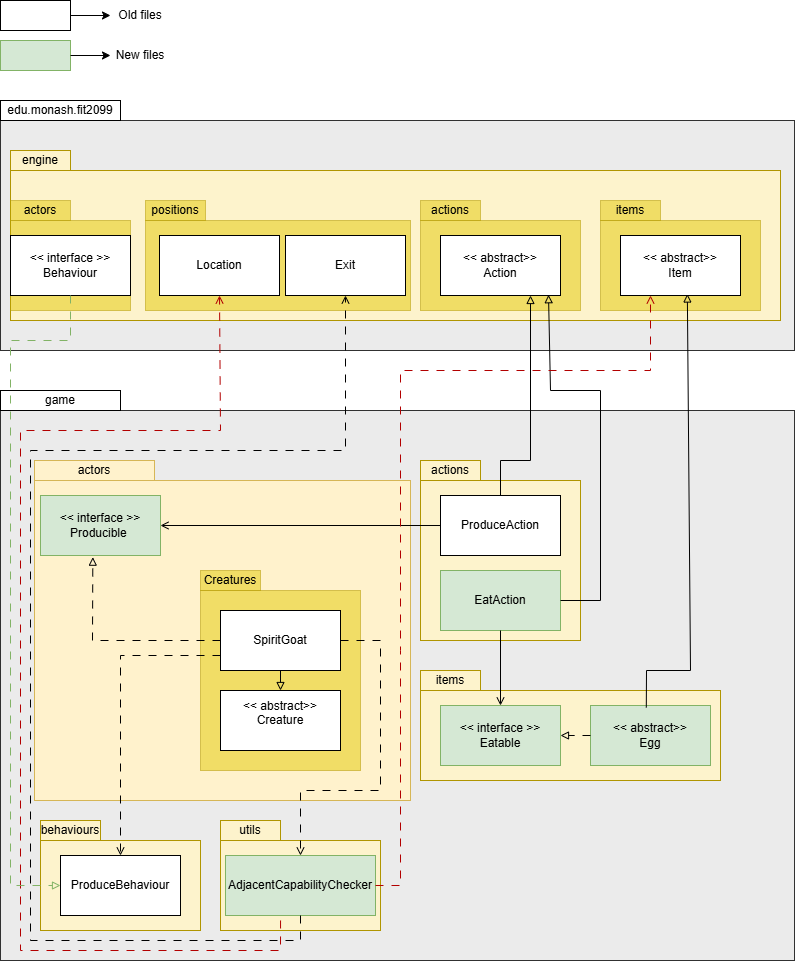
Above: docs/design/assignment2/Req1/A2 REQ1 A UML Youssef .drawio.png in karmay-ong/Elden_Ring_Game (draw.io), before the change. Source tidied: cells renumbered, new cells last; positions are measured from the earlier drawing's top-left corner, leaving out a move shared by most shapes. Its diagram source:
```xml
<mxGraphModel>
  <root>
    <mxCell id="0" />
    <mxCell id="1" parent="0" />
    <mxCell id="2" style="rounded=0;whiteSpace=wrap;html=1;strokeColor=default;fillColor=#E6E6E6;opacity=80;" parent="1" vertex="1">
      <mxGeometry y="120" width="794" height="230" as="geometry" />
    </mxCell>
    <mxCell id="3" style="rounded=0;whiteSpace=wrap;html=1;fillColor=#E6E6E6;opacity=80;" parent="1" vertex="1">
      <mxGeometry y="410" width="794" height="550" as="geometry" />
    </mxCell>
    <mxCell id="4" value="edu.monash.fit2099" style="rounded=0;whiteSpace=wrap;html=1;" parent="1" vertex="1">
      <mxGeometry y="100" width="120" height="20" as="geometry" />
    </mxCell>
    <mxCell id="5" value="game" style="rounded=0;whiteSpace=wrap;html=1;" parent="1" vertex="1">
      <mxGeometry y="390" width="120" height="20" as="geometry" />
    </mxCell>
    <mxCell id="6" style="rounded=0;whiteSpace=wrap;html=1;fillColor=#fff2cc;strokeColor=#d6b656;" parent="1" vertex="1">
      <mxGeometry x="34" y="480" width="376" height="320" as="geometry" />
    </mxCell>
    <mxCell id="7" value="actors" style="rounded=0;whiteSpace=wrap;html=1;fillColor=#fff2cc;strokeColor=#d6b656;" parent="1" vertex="1">
      <mxGeometry x="34" y="460" width="120" height="20" as="geometry" />
    </mxCell>
    <mxCell id="8" value="&lt;div&gt;&amp;lt;&amp;lt; interface &amp;gt;&amp;gt;&lt;/div&gt;Producible&amp;nbsp;" style="rounded=0;whiteSpace=wrap;html=1;fillColor=#d5e8d4;strokeColor=#82b366;" parent="1" vertex="1">
      <mxGeometry x="40" y="495" width="120" height="60" as="geometry" />
    </mxCell>
    <mxCell id="9" style="rounded=0;whiteSpace=wrap;html=1;fillColor=#e3c800;strokeColor=#B09500;fontColor=#000000;opacity=50;" parent="1" vertex="1">
      <mxGeometry x="200" y="590" width="160" height="180" as="geometry" />
    </mxCell>
    <mxCell id="10" value="Creatures" style="rounded=0;whiteSpace=wrap;html=1;fillColor=#e3c800;strokeColor=#B09500;fontColor=#000000;opacity=50;" parent="1" vertex="1">
      <mxGeometry x="200" y="570" width="60" height="20" as="geometry" />
    </mxCell>
    <mxCell id="11" value="&lt;div&gt;SpiritGoat&lt;/div&gt;" style="rounded=0;whiteSpace=wrap;html=1;" parent="1" vertex="1">
      <mxGeometry x="220" y="610" width="120" height="60" as="geometry" />
    </mxCell>
    <mxCell id="12" style="endArrow=block;html=1;rounded=0;dashed=1;dashPattern=8 8;endFill=0;entryX=0.436;entryY=1.028;entryDx=0;entryDy=0;entryPerimeter=0;exitX=0;exitY=0.5;exitDx=0;exitDy=0;" parent="1" edge="1" source="11" target="8">
      <mxGeometry relative="1" as="geometry">
        <Array as="points">
          <mxPoint x="92" y="640" />
        </Array>
      </mxGeometry>
    </mxCell>
    <mxCell id="13" style="rounded=0;whiteSpace=wrap;html=1;fillColor=light-dark(#fdf3cc, #675000);strokeColor=#B09500;fontColor=#000000;" parent="1" vertex="1">
      <mxGeometry x="40" y="840" width="160" height="90" as="geometry" />
    </mxCell>
    <mxCell id="14" value="behaviours" style="rounded=0;whiteSpace=wrap;html=1;fillColor=light-dark(#fdf3cc, #675000);strokeColor=#B09500;fontColor=#000000;" parent="1" vertex="1">
      <mxGeometry x="40" y="820" width="60" height="20" as="geometry" />
    </mxCell>
    <mxCell id="15" value="&lt;div&gt;ProduceBehaviour&lt;/div&gt;" style="rounded=0;whiteSpace=wrap;html=1;" parent="1" vertex="1">
      <mxGeometry x="60" y="855" width="120" height="60" as="geometry" />
    </mxCell>
    <mxCell id="16" value="&lt;div&gt;&lt;div&gt;&amp;lt;&amp;lt; abstract&amp;gt;&amp;gt;&lt;/div&gt;&lt;/div&gt;&lt;div&gt;Creature&lt;/div&gt;&lt;div&gt;&lt;br&gt;&lt;/div&gt;" style="rounded=0;whiteSpace=wrap;html=1;" parent="1" vertex="1">
      <mxGeometry x="220" y="690" width="120" height="60" as="geometry" />
    </mxCell>
    <mxCell id="17" style="endArrow=block;html=1;rounded=0;endFill=0;exitX=0.5;exitY=1;exitDx=0;exitDy=0;entryX=0.5;entryY=0;entryDx=0;entryDy=0;" parent="1" edge="1" source="11" target="16">
      <mxGeometry relative="1" as="geometry" />
    </mxCell>
    <mxCell id="18" style="rounded=0;whiteSpace=wrap;html=1;fillColor=light-dark(#fdf3cc, #675000);strokeColor=#B09500;fontColor=#000000;" parent="1" vertex="1">
      <mxGeometry x="220" y="840" width="160" height="90" as="geometry" />
    </mxCell>
    <mxCell id="19" value="&lt;div&gt;AdjacentCapabilityChecker&lt;/div&gt;" style="rounded=0;whiteSpace=wrap;html=1;fillColor=#d5e8d4;strokeColor=#82b366;" parent="1" vertex="1">
      <mxGeometry x="225" y="855" width="150" height="60" as="geometry" />
    </mxCell>
    <mxCell id="20" value="utils" style="rounded=0;whiteSpace=wrap;html=1;fillColor=light-dark(#fdf3cc, #675000);strokeColor=#B09500;fontColor=#000000;" parent="1" vertex="1">
      <mxGeometry x="220" y="820" width="60" height="20" as="geometry" />
    </mxCell>
    <mxCell id="21" style="endArrow=open;html=1;rounded=0;exitX=1;exitY=0.5;exitDx=0;exitDy=0;entryX=0.5;entryY=0;entryDx=0;entryDy=0;dashed=1;dashPattern=8 8;endFill=0;" parent="1" edge="1" source="11" target="19">
      <mxGeometry relative="1" as="geometry">
        <Array as="points">
          <mxPoint x="380" y="640" />
          <mxPoint x="380" y="710" />
          <mxPoint x="380" y="790" />
          <mxPoint x="300" y="790" />
        </Array>
      </mxGeometry>
    </mxCell>
    <mxCell id="22" style="rounded=0;whiteSpace=wrap;html=1;fillColor=light-dark(#fdf3cc, #675000);strokeColor=#B09500;fontColor=#000000;" parent="1" vertex="1">
      <mxGeometry x="420" y="480" width="160" height="160" as="geometry" />
    </mxCell>
    <mxCell id="23" value="actions" style="rounded=0;whiteSpace=wrap;html=1;fillColor=light-dark(#fdf3cc, #675000);strokeColor=#B09500;fontColor=#000000;" parent="1" vertex="1">
      <mxGeometry x="420" y="460" width="60" height="20" as="geometry" />
    </mxCell>
    <mxCell id="24" value="&lt;div&gt;ProduceAction&lt;/div&gt;" style="rounded=0;whiteSpace=wrap;html=1;" parent="1" vertex="1">
      <mxGeometry x="440" y="495" width="120" height="60" as="geometry" />
    </mxCell>
    <mxCell id="25" style="endArrow=open;html=1;rounded=0;endFill=0;exitX=0;exitY=0.5;exitDx=0;exitDy=0;entryX=1;entryY=0.5;entryDx=0;entryDy=0;" parent="1" edge="1" source="24" target="8">
      <mxGeometry relative="1" as="geometry" />
    </mxCell>
    <mxCell id="26" style="rounded=0;whiteSpace=wrap;html=1;fillColor=light-dark(#fdf3cc, #675000);strokeColor=#B09500;fontColor=#000000;" parent="1" vertex="1">
      <mxGeometry x="420" y="690" width="300" height="90" as="geometry" />
    </mxCell>
    <mxCell id="27" value="items" style="rounded=0;whiteSpace=wrap;html=1;fillColor=light-dark(#fdf3cc, #675000);strokeColor=#B09500;fontColor=#000000;" parent="1" vertex="1">
      <mxGeometry x="420" y="670" width="60" height="20" as="geometry" />
    </mxCell>
    <mxCell id="28" value="&lt;div&gt;&amp;lt;&amp;lt; interface &amp;gt;&amp;gt;&lt;/div&gt;Eatable" style="rounded=0;whiteSpace=wrap;html=1;fillColor=#d5e8d4;strokeColor=#82b366;" parent="1" vertex="1">
      <mxGeometry x="440" y="705" width="120" height="60" as="geometry" />
    </mxCell>
    <mxCell id="29" value="&lt;div&gt;&amp;lt;&amp;lt; abstract&amp;gt;&amp;gt;&lt;/div&gt;Egg" style="rounded=0;whiteSpace=wrap;html=1;fillColor=#d5e8d4;strokeColor=#82b366;" parent="1" vertex="1">
      <mxGeometry x="590" y="705" width="120" height="60" as="geometry" />
    </mxCell>
    <mxCell id="30" style="rounded=0;whiteSpace=wrap;html=1;fillColor=light-dark(#fdf3cc, #675000);strokeColor=#B09500;fontColor=#000000;" parent="1" vertex="1">
      <mxGeometry x="10" y="170" width="770" height="150" as="geometry" />
    </mxCell>
    <mxCell id="31" value="engine" style="rounded=0;whiteSpace=wrap;html=1;fillColor=light-dark(#fdf3cc, #675000);strokeColor=#B09500;fontColor=#000000;" parent="1" vertex="1">
      <mxGeometry x="10" y="150" width="60" height="20" as="geometry" />
    </mxCell>
    <mxCell id="32" style="rounded=0;whiteSpace=wrap;html=1;fillColor=#e3c800;strokeColor=#B09500;fontColor=#000000;opacity=50;" parent="1" vertex="1">
      <mxGeometry x="600" y="220" width="160" height="90" as="geometry" />
    </mxCell>
    <mxCell id="33" value="items" style="rounded=0;whiteSpace=wrap;html=1;fillColor=#e3c800;strokeColor=#B09500;fontColor=#000000;opacity=50;" parent="1" vertex="1">
      <mxGeometry x="600" y="200" width="60" height="20" as="geometry" />
    </mxCell>
    <mxCell id="34" style="endArrow=block;html=1;rounded=0;endFill=0;exitX=0.465;exitY=0.034;exitDx=0;exitDy=0;exitPerimeter=0;entryX=0.557;entryY=0.975;entryDx=0;entryDy=0;entryPerimeter=0;" parent="1" edge="1" source="29" target="35">
      <mxGeometry relative="1" as="geometry">
        <Array as="points">
          <mxPoint x="646" y="670" />
          <mxPoint x="690" y="670" />
        </Array>
      </mxGeometry>
    </mxCell>
    <mxCell id="35" value="&lt;div&gt;&amp;lt;&amp;lt; abstract&amp;gt;&amp;gt;&lt;/div&gt;Item" style="rounded=0;whiteSpace=wrap;html=1;" parent="1" vertex="1">
      <mxGeometry x="620" y="235" width="120" height="60" as="geometry" />
    </mxCell>
    <mxCell id="36" style="endArrow=block;html=1;rounded=0;dashed=1;dashPattern=8 8;endFill=0;entryX=1;entryY=0.5;entryDx=0;entryDy=0;exitX=0;exitY=0.5;exitDx=0;exitDy=0;" parent="1" edge="1" source="29" target="28">
      <mxGeometry relative="1" as="geometry" />
    </mxCell>
    <mxCell id="37" value="&lt;div&gt;EatAction &lt;/div&gt;" style="rounded=0;whiteSpace=wrap;html=1;fillColor=#d5e8d4;strokeColor=#82b366;" parent="1" vertex="1">
      <mxGeometry x="440" y="570" width="120" height="60" as="geometry" />
    </mxCell>
    <mxCell id="38" style="endArrow=open;html=1;rounded=0;endFill=0;exitX=0.5;exitY=1;exitDx=0;exitDy=0;entryX=0.5;entryY=0;entryDx=0;entryDy=0;" parent="1" edge="1" source="37" target="28">
      <mxGeometry relative="1" as="geometry" />
    </mxCell>
    <mxCell id="39" style="rounded=0;whiteSpace=wrap;html=1;fillColor=#e3c800;strokeColor=#B09500;fontColor=#000000;opacity=50;" parent="1" vertex="1">
      <mxGeometry x="420" y="220" width="160" height="90" as="geometry" />
    </mxCell>
    <mxCell id="40" value="actions" style="rounded=0;whiteSpace=wrap;html=1;fillColor=#e3c800;strokeColor=#B09500;fontColor=#000000;opacity=50;" parent="1" vertex="1">
      <mxGeometry x="420" y="200" width="60" height="20" as="geometry" />
    </mxCell>
    <mxCell id="41" value="&lt;div&gt;&amp;lt;&amp;lt; abstract&amp;gt;&amp;gt;&lt;/div&gt;Action" style="rounded=0;whiteSpace=wrap;html=1;" parent="1" vertex="1">
      <mxGeometry x="440" y="235" width="120" height="60" as="geometry" />
    </mxCell>
    <mxCell id="42" style="endArrow=block;html=1;rounded=0;endFill=0;exitX=0.5;exitY=0;exitDx=0;exitDy=0;entryX=0.75;entryY=1;entryDx=0;entryDy=0;" parent="1" edge="1" source="24" target="41">
      <mxGeometry relative="1" as="geometry">
        <Array as="points">
          <mxPoint x="500" y="460" />
          <mxPoint x="530" y="460" />
        </Array>
      </mxGeometry>
    </mxCell>
    <mxCell id="43" style="endArrow=block;html=1;rounded=0;endFill=0;exitX=1;exitY=0.5;exitDx=0;exitDy=0;entryX=0.9;entryY=0.987;entryDx=0;entryDy=0;entryPerimeter=0;" parent="1" edge="1" source="37" target="41">
      <mxGeometry relative="1" as="geometry">
        <Array as="points">
          <mxPoint x="600" y="600" />
          <mxPoint x="600" y="390" />
          <mxPoint x="550" y="390" />
        </Array>
      </mxGeometry>
    </mxCell>
    <mxCell id="44" style="rounded=0;whiteSpace=wrap;html=1;fillColor=#e3c800;strokeColor=#B09500;fontColor=#000000;opacity=50;" parent="1" vertex="1">
      <mxGeometry x="145" y="220" width="265" height="90" as="geometry" />
    </mxCell>
    <mxCell id="45" value="positions" style="rounded=0;whiteSpace=wrap;html=1;fillColor=#e3c800;strokeColor=#B09500;fontColor=#000000;opacity=50;" parent="1" vertex="1">
      <mxGeometry x="145" y="200" width="60" height="20" as="geometry" />
    </mxCell>
    <mxCell id="46" value="Location" style="rounded=0;whiteSpace=wrap;html=1;" parent="1" vertex="1">
      <mxGeometry x="159" y="235" width="120" height="60" as="geometry" />
    </mxCell>
    <mxCell id="47" value="Exit" style="rounded=0;whiteSpace=wrap;html=1;" parent="1" vertex="1">
      <mxGeometry x="285" y="235" width="120" height="60" as="geometry" />
    </mxCell>
    <mxCell id="48" style="endArrow=open;html=1;rounded=0;endFill=0;dashed=1;dashPattern=8 8;exitX=1;exitY=0.5;exitDx=0;exitDy=0;entryX=0.25;entryY=1;entryDx=0;entryDy=0;fillColor=#e51400;strokeColor=#B20000;" parent="1" edge="1" source="19" target="35">
      <mxGeometry relative="1" as="geometry">
        <Array as="points">
          <mxPoint x="400" y="885" />
          <mxPoint x="400" y="650" />
          <mxPoint x="400" y="370" />
          <mxPoint x="650" y="370" />
        </Array>
      </mxGeometry>
    </mxCell>
    <mxCell id="49" style="endArrow=open;html=1;rounded=0;endFill=0;dashed=1;dashPattern=8 8;exitX=0.5;exitY=1;exitDx=0;exitDy=0;entryX=0.5;entryY=1;entryDx=0;entryDy=0;" parent="1" edge="1" source="19" target="47">
      <mxGeometry relative="1" as="geometry">
        <Array as="points">
          <mxPoint x="300" y="940" />
          <mxPoint x="30" y="940" />
          <mxPoint x="30" y="450" />
          <mxPoint x="345" y="450" />
        </Array>
      </mxGeometry>
    </mxCell>
    <mxCell id="50" style="endArrow=open;html=1;rounded=0;endFill=0;dashed=1;dashPattern=8 8;exitX=0.367;exitY=1.083;exitDx=0;exitDy=0;entryX=0.5;entryY=1;entryDx=0;entryDy=0;exitPerimeter=0;fillColor=#e51400;strokeColor=#B20000;" parent="1" edge="1" source="19" target="46">
      <mxGeometry relative="1" as="geometry">
        <Array as="points">
          <mxPoint x="280" y="950" />
          <mxPoint x="20" y="950" />
          <mxPoint x="20" y="430" />
          <mxPoint x="220" y="430" />
        </Array>
      </mxGeometry>
    </mxCell>
    <mxCell id="51" style="endArrow=open;html=1;rounded=0;dashed=1;dashPattern=8 8;endFill=0;exitX=0;exitY=0.75;exitDx=0;exitDy=0;entryX=0.5;entryY=0;entryDx=0;entryDy=0;" parent="1" edge="1" source="11" target="15">
      <mxGeometry relative="1" as="geometry">
        <Array as="points">
          <mxPoint x="120" y="655" />
        </Array>
      </mxGeometry>
    </mxCell>
    <mxCell id="52" style="rounded=0;whiteSpace=wrap;html=1;fillColor=#e3c800;strokeColor=#B09500;fontColor=#000000;opacity=50;" parent="1" vertex="1">
      <mxGeometry x="10" y="220" width="120" height="90" as="geometry" />
    </mxCell>
    <mxCell id="53" value="actors" style="rounded=0;whiteSpace=wrap;html=1;fillColor=#e3c800;strokeColor=#B09500;fontColor=#000000;opacity=50;" parent="1" vertex="1">
      <mxGeometry x="10" y="200" width="60" height="20" as="geometry" />
    </mxCell>
    <mxCell id="54" value="&lt;div&gt;&lt;div&gt;&amp;lt;&amp;lt; interface &amp;gt;&amp;gt;&lt;/div&gt;&lt;/div&gt;Behaviour" style="rounded=0;whiteSpace=wrap;html=1;" parent="1" vertex="1">
      <mxGeometry x="10" y="235" width="120" height="60" as="geometry" />
    </mxCell>
    <mxCell id="55" style="endArrow=block;html=1;rounded=0;dashed=1;dashPattern=8 8;endFill=0;exitX=0.5;exitY=1;exitDx=0;exitDy=0;entryX=0;entryY=0.5;entryDx=0;entryDy=0;fillColor=#d5e8d4;strokeColor=#82b366;" parent="1" edge="1" source="54" target="15">
      <mxGeometry relative="1" as="geometry">
        <Array as="points">
          <mxPoint x="70" y="340" />
          <mxPoint x="10" y="340" />
          <mxPoint x="10" y="885" />
        </Array>
      </mxGeometry>
    </mxCell>
    <mxCell id="56" style="rounded=0;whiteSpace=wrap;html=1;fillColor=#d5e8d4;strokeColor=#82b366;" parent="1" vertex="1">
      <mxGeometry y="40" width="70" height="30" as="geometry" />
    </mxCell>
    <mxCell id="57" style="endArrow=classic;html=1;rounded=0;exitX=1;exitY=0.5;exitDx=0;exitDy=0;" parent="1" edge="1" source="56">
      <mxGeometry relative="1" as="geometry">
        <mxPoint x="110" y="55" as="targetPoint" />
      </mxGeometry>
    </mxCell>
    <mxCell id="58" value="New files" style="text;html=1;align=center;verticalAlign=middle;whiteSpace=wrap;rounded=0;" parent="1" vertex="1">
      <mxGeometry x="110" y="40" width="60" height="30" as="geometry" />
    </mxCell>
    <mxCell id="59" style="rounded=0;whiteSpace=wrap;html=1;" parent="1" vertex="1">
      <mxGeometry width="70" height="30" as="geometry" />
    </mxCell>
    <mxCell id="60" style="endArrow=classic;html=1;rounded=0;exitX=1;exitY=0.5;exitDx=0;exitDy=0;" parent="1" edge="1" source="59">
      <mxGeometry relative="1" as="geometry">
        <mxPoint x="110" y="15" as="targetPoint" />
      </mxGeometry>
    </mxCell>
    <mxCell id="61" value="Old files" style="text;html=1;align=center;verticalAlign=middle;whiteSpace=wrap;rounded=0;" parent="1" vertex="1">
      <mxGeometry x="110" width="60" height="30" as="geometry" />
    </mxCell>
  </root>
</mxGraphModel>
```
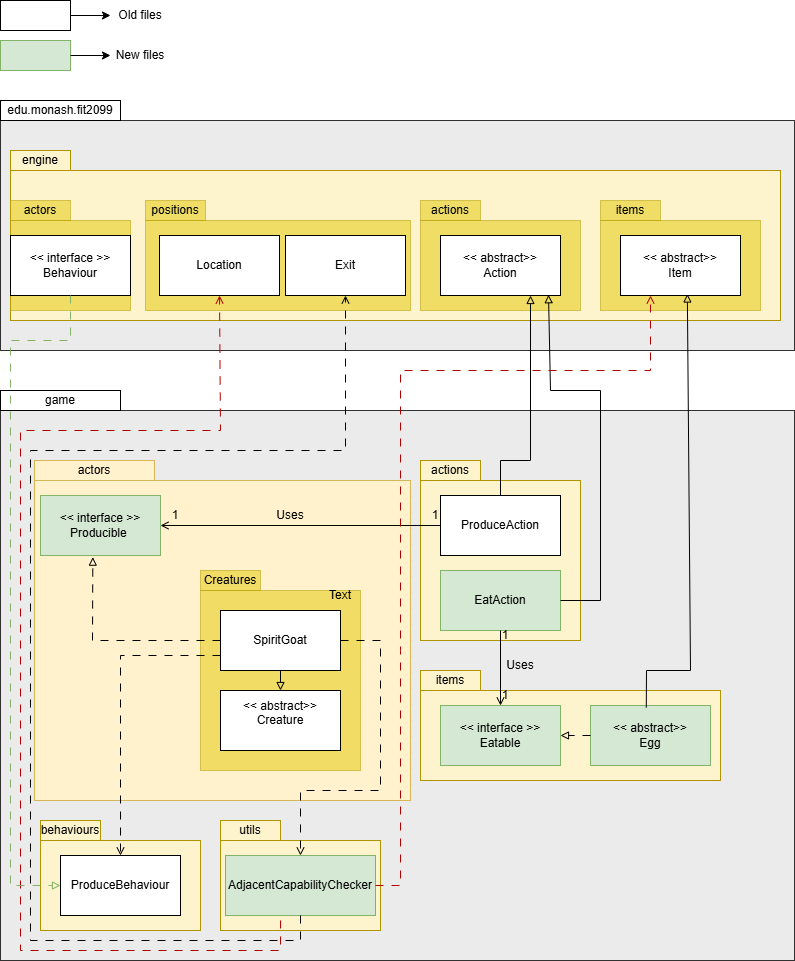
After the commit.

Commit message:
Updated the UML with the required multiplicities

The edit, as a diff of the source:
```diff
@@ -244,5 +244,26 @@
     <mxCell id="61" value="Old files" style="text;html=1;align=center;verticalAlign=middle;whiteSpace=wrap;rounded=0;" parent="1" vertex="1">
       <mxGeometry x="110" width="60" height="30" as="geometry" />
     </mxCell>
+    <mxCell id="62" value="1" style="text;html=1;align=center;verticalAlign=middle;whiteSpace=wrap;rounded=0;" parent="1" vertex="1">
+      <mxGeometry x="170" y="510" width="10" height="10" as="geometry" />
+    </mxCell>
+    <mxCell id="63" value="1" style="text;html=1;align=center;verticalAlign=middle;whiteSpace=wrap;rounded=0;" parent="1" vertex="1">
+      <mxGeometry x="430" y="510" width="10" height="10" as="geometry" />
+    </mxCell>
+    <mxCell id="64" value="1" style="text;html=1;align=center;verticalAlign=middle;whiteSpace=wrap;rounded=0;" parent="1" vertex="1">
+      <mxGeometry x="500" y="630" width="10" height="10" as="geometry" />
+    </mxCell>
+    <mxCell id="65" value="1" style="text;html=1;align=center;verticalAlign=middle;whiteSpace=wrap;rounded=0;" parent="1" vertex="1">
+      <mxGeometry x="500" y="690" width="10" height="10" as="geometry" />
+    </mxCell>
+    <mxCell id="66" value="Text" style="text;html=1;align=center;verticalAlign=middle;whiteSpace=wrap;rounded=0;" parent="1" vertex="1">
+      <mxGeometry x="310" y="580" width="60" height="30" as="geometry" />
+    </mxCell>
+    <mxCell id="67" value="Uses" style="text;html=1;align=center;verticalAlign=middle;whiteSpace=wrap;rounded=0;" parent="1" vertex="1">
+      <mxGeometry x="260" y="500" width="60" height="30" as="geometry" />
+    </mxCell>
+    <mxCell id="68" value="Uses" style="text;html=1;align=center;verticalAlign=middle;whiteSpace=wrap;rounded=0;" parent="1" vertex="1">
+      <mxGeometry x="490" y="650" width="60" height="30" as="geometry" />
+    </mxCell>
   </root>
 </mxGraphModel>
```
